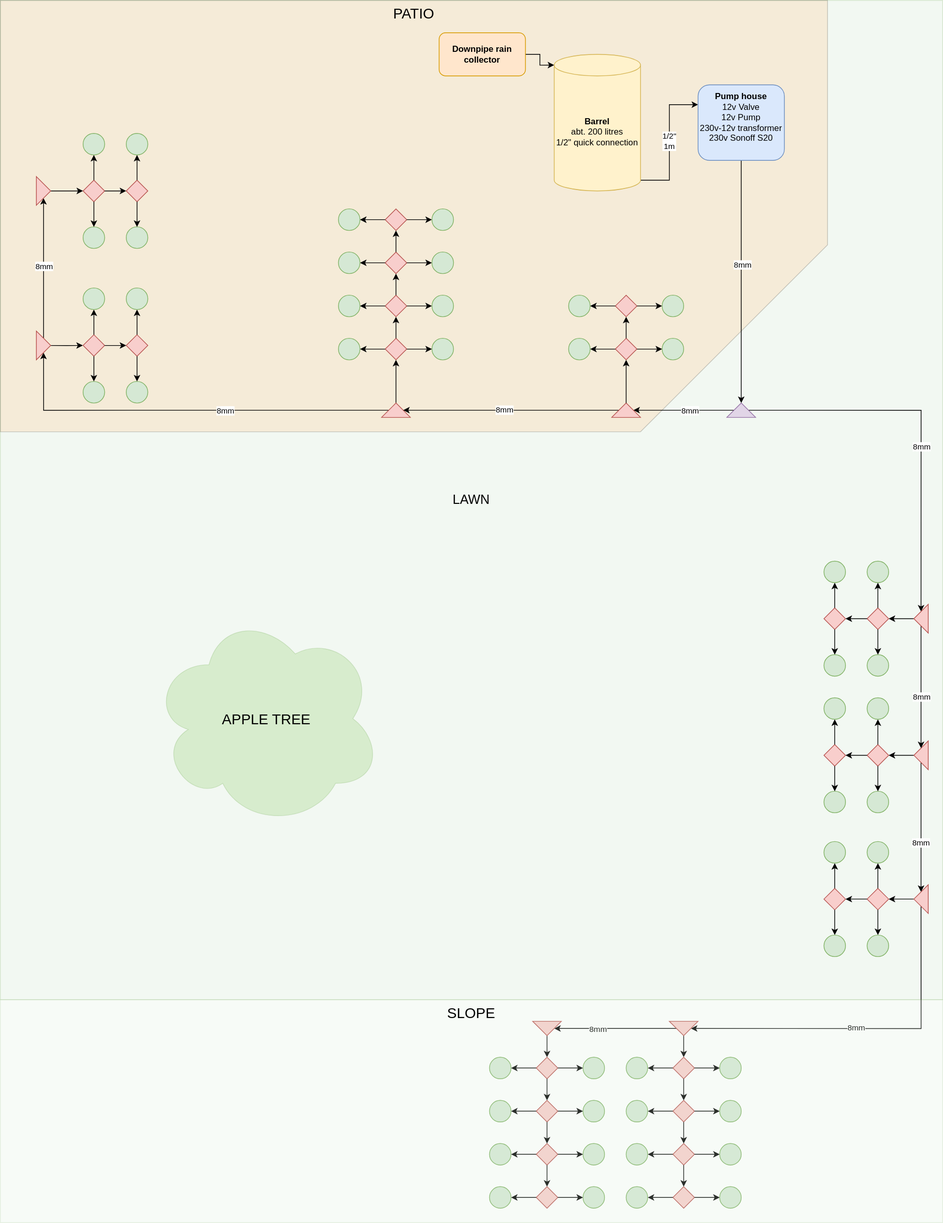
The draw.io diagram irrigation-schematic.drawio.svg in freol35241/mojster, before a commit. Source tidied: cells renumbered, new cells last; positions are measured from the earlier drawing's top-left corner, leaving out a move shared by most shapes.
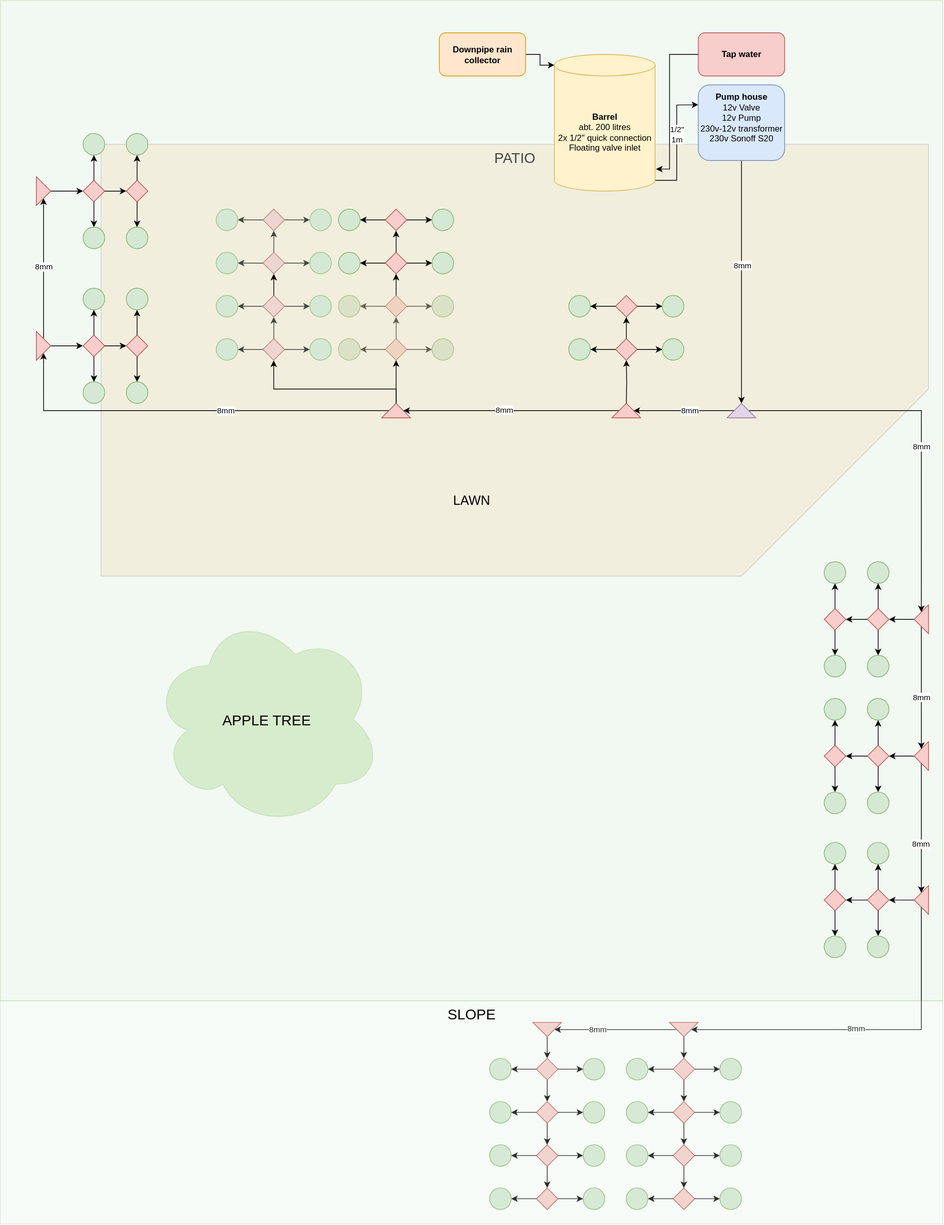
Above is the later version.

Commit message:
Updating schematic with new valves and adding info about floating valve and tap water connection.

The edit, as a diff of the source:
```diff
@@ -2,12 +2,120 @@
   <root>
     <mxCell id="0" />
     <mxCell id="1" parent="0" />
+    <mxCell id="48" style="group;" parent="1" vertex="1">
+      <mxGeometry x="470" y="410" width="820" height="390" as="geometry" />
+    </mxCell>
+    <mxCell id="49" style="rhombus;whiteSpace=wrap;html=1;fillColor=#f8cecc;strokeColor=#b85450;" parent="48" vertex="1">
+      <mxGeometry x="65" y="60" width="30" height="30" as="geometry" />
+    </mxCell>
+    <mxCell id="50" style="rhombus;whiteSpace=wrap;html=1;fillColor=#f8cecc;strokeColor=#b85450;" parent="48" vertex="1">
+      <mxGeometry x="65" width="30" height="30" as="geometry" />
+    </mxCell>
+    <mxCell id="51" style="edgeStyle=orthogonalEdgeStyle;rounded=0;jettySize=auto;html=1;exitX=0.5;exitY=0;exitDx=0;exitDy=0;entryX=0.5;entryY=1;entryDx=0;entryDy=0;" parent="48" edge="1" source="49" target="50">
+      <mxGeometry relative="1" as="geometry" />
+    </mxCell>
+    <mxCell id="52" style="ellipse;whiteSpace=wrap;html=1;fillColor=#d5e8d4;strokeColor=#82b366;" parent="48" vertex="1">
+      <mxGeometry x="130" width="30" height="30" as="geometry" />
+    </mxCell>
+    <mxCell id="53" style="edgeStyle=orthogonalEdgeStyle;rounded=0;jettySize=auto;html=1;exitX=1;exitY=0.5;exitDx=0;exitDy=0;entryX=0;entryY=0.5;entryDx=0;entryDy=0;" parent="48" edge="1" source="50" target="52">
+      <mxGeometry relative="1" as="geometry" />
+    </mxCell>
+    <mxCell id="54" style="ellipse;whiteSpace=wrap;html=1;fillColor=#d5e8d4;strokeColor=#82b366;" parent="48" vertex="1">
+      <mxGeometry x="130" y="60" width="30" height="30" as="geometry" />
+    </mxCell>
+    <mxCell id="55" style="edgeStyle=orthogonalEdgeStyle;rounded=0;jettySize=auto;html=1;exitX=1;exitY=0.5;exitDx=0;exitDy=0;entryX=0;entryY=0.5;entryDx=0;entryDy=0;" parent="48" edge="1" source="49" target="54">
+      <mxGeometry relative="1" as="geometry" />
+    </mxCell>
+    <mxCell id="56" style="ellipse;whiteSpace=wrap;html=1;fillColor=#d5e8d4;strokeColor=#82b366;" parent="48" vertex="1">
+      <mxGeometry y="60" width="30" height="30" as="geometry" />
+    </mxCell>
+    <mxCell id="57" style="edgeStyle=orthogonalEdgeStyle;rounded=0;jettySize=auto;html=1;exitX=0;exitY=0.5;exitDx=0;exitDy=0;entryX=1;entryY=0.5;entryDx=0;entryDy=0;" parent="48" edge="1" source="49" target="56">
+      <mxGeometry relative="1" as="geometry" />
+    </mxCell>
+    <mxCell id="58" style="ellipse;whiteSpace=wrap;html=1;fillColor=#d5e8d4;strokeColor=#82b366;" parent="48" vertex="1">
+      <mxGeometry width="30" height="30" as="geometry" />
+    </mxCell>
+    <mxCell id="59" style="edgeStyle=orthogonalEdgeStyle;rounded=0;jettySize=auto;html=1;exitX=0;exitY=0.5;exitDx=0;exitDy=0;entryX=1;entryY=0.5;entryDx=0;entryDy=0;" parent="48" edge="1" source="50" target="58">
+      <mxGeometry relative="1" as="geometry" />
+    </mxCell>
+    <mxCell id="3" value="&lt;font style=&quot;font-size: 20px&quot;&gt;PATIO&lt;/font&gt;" style="shape=card;whiteSpace=wrap;html=1;direction=west;size=260;fillColor=#FFB570;opacity=20;verticalAlign=top;labelPosition=center;verticalLabelPosition=middle;align=center;" parent="48" vertex="1">
+      <mxGeometry x="-330" y="-210" width="1150" height="600" as="geometry" />
+    </mxCell>
+    <mxCell id="198" style="group;" parent="48" vertex="1">
+      <mxGeometry x="-170" y="-120" width="160" height="90" as="geometry" />
+    </mxCell>
+    <mxCell id="199" style="rhombus;whiteSpace=wrap;html=1;fillColor=#f8cecc;strokeColor=#b85450;" parent="198" vertex="1">
+      <mxGeometry x="65" y="60" width="30" height="30" as="geometry" />
+    </mxCell>
+    <mxCell id="200" style="rhombus;whiteSpace=wrap;html=1;fillColor=#f8cecc;strokeColor=#b85450;" parent="198" vertex="1">
+      <mxGeometry x="65" width="30" height="30" as="geometry" />
+    </mxCell>
+    <mxCell id="201" style="edgeStyle=orthogonalEdgeStyle;rounded=0;jettySize=auto;html=1;exitX=0.5;exitY=0;exitDx=0;exitDy=0;entryX=0.5;entryY=1;entryDx=0;entryDy=0;" parent="198" edge="1" source="199" target="200">
+      <mxGeometry relative="1" as="geometry" />
+    </mxCell>
+    <mxCell id="202" style="ellipse;whiteSpace=wrap;html=1;fillColor=#d5e8d4;strokeColor=#82b366;" parent="198" vertex="1">
+      <mxGeometry x="130" width="30" height="30" as="geometry" />
+    </mxCell>
+    <mxCell id="203" style="edgeStyle=orthogonalEdgeStyle;rounded=0;jettySize=auto;html=1;exitX=1;exitY=0.5;exitDx=0;exitDy=0;entryX=0;entryY=0.5;entryDx=0;entryDy=0;" parent="198" edge="1" source="200" target="202">
+      <mxGeometry relative="1" as="geometry" />
+    </mxCell>
+    <mxCell id="204" style="ellipse;whiteSpace=wrap;html=1;fillColor=#d5e8d4;strokeColor=#82b366;" parent="198" vertex="1">
+      <mxGeometry x="130" y="60" width="30" height="30" as="geometry" />
+    </mxCell>
+    <mxCell id="205" style="edgeStyle=orthogonalEdgeStyle;rounded=0;jettySize=auto;html=1;exitX=1;exitY=0.5;exitDx=0;exitDy=0;entryX=0;entryY=0.5;entryDx=0;entryDy=0;" parent="198" edge="1" source="199" target="204">
+      <mxGeometry relative="1" as="geometry" />
+    </mxCell>
+    <mxCell id="206" style="ellipse;whiteSpace=wrap;html=1;fillColor=#d5e8d4;strokeColor=#82b366;" parent="198" vertex="1">
+      <mxGeometry y="60" width="30" height="30" as="geometry" />
+    </mxCell>
+    <mxCell id="207" style="edgeStyle=orthogonalEdgeStyle;rounded=0;jettySize=auto;html=1;exitX=0;exitY=0.5;exitDx=0;exitDy=0;entryX=1;entryY=0.5;entryDx=0;entryDy=0;" parent="198" edge="1" source="199" target="206">
+      <mxGeometry relative="1" as="geometry" />
+    </mxCell>
+    <mxCell id="208" style="ellipse;whiteSpace=wrap;html=1;fillColor=#d5e8d4;strokeColor=#82b366;" parent="198" vertex="1">
+      <mxGeometry width="30" height="30" as="geometry" />
+    </mxCell>
+    <mxCell id="209" style="edgeStyle=orthogonalEdgeStyle;rounded=0;jettySize=auto;html=1;exitX=0;exitY=0.5;exitDx=0;exitDy=0;entryX=1;entryY=0.5;entryDx=0;entryDy=0;" parent="198" edge="1" source="200" target="208">
+      <mxGeometry relative="1" as="geometry" />
+    </mxCell>
+    <mxCell id="210" style="group;" parent="48" vertex="1">
+      <mxGeometry x="-170" width="160" height="90" as="geometry" />
+    </mxCell>
+    <mxCell id="211" style="rhombus;whiteSpace=wrap;html=1;fillColor=#f8cecc;strokeColor=#b85450;" parent="210" vertex="1">
+      <mxGeometry x="65" y="60" width="30" height="30" as="geometry" />
+    </mxCell>
+    <mxCell id="212" style="rhombus;whiteSpace=wrap;html=1;fillColor=#f8cecc;strokeColor=#b85450;" parent="210" vertex="1">
+      <mxGeometry x="65" width="30" height="30" as="geometry" />
+    </mxCell>
+    <mxCell id="213" style="edgeStyle=orthogonalEdgeStyle;rounded=0;jettySize=auto;html=1;exitX=0.5;exitY=0;exitDx=0;exitDy=0;entryX=0.5;entryY=1;entryDx=0;entryDy=0;" parent="210" edge="1" source="211" target="212">
+      <mxGeometry relative="1" as="geometry" />
+    </mxCell>
+    <mxCell id="214" style="ellipse;whiteSpace=wrap;html=1;fillColor=#d5e8d4;strokeColor=#82b366;" parent="210" vertex="1">
+      <mxGeometry x="130" width="30" height="30" as="geometry" />
+    </mxCell>
+    <mxCell id="215" style="edgeStyle=orthogonalEdgeStyle;rounded=0;jettySize=auto;html=1;exitX=1;exitY=0.5;exitDx=0;exitDy=0;entryX=0;entryY=0.5;entryDx=0;entryDy=0;" parent="210" edge="1" source="212" target="214">
+      <mxGeometry relative="1" as="geometry" />
+    </mxCell>
+    <mxCell id="216" style="ellipse;whiteSpace=wrap;html=1;fillColor=#d5e8d4;strokeColor=#82b366;" parent="210" vertex="1">
+      <mxGeometry x="130" y="60" width="30" height="30" as="geometry" />
+    </mxCell>
+    <mxCell id="217" style="edgeStyle=orthogonalEdgeStyle;rounded=0;jettySize=auto;html=1;exitX=1;exitY=0.5;exitDx=0;exitDy=0;entryX=0;entryY=0.5;entryDx=0;entryDy=0;" parent="210" edge="1" source="211" target="216">
+      <mxGeometry relative="1" as="geometry" />
+    </mxCell>
+    <mxCell id="218" style="ellipse;whiteSpace=wrap;html=1;fillColor=#d5e8d4;strokeColor=#82b366;" parent="210" vertex="1">
+      <mxGeometry y="60" width="30" height="30" as="geometry" />
+    </mxCell>
+    <mxCell id="219" style="edgeStyle=orthogonalEdgeStyle;rounded=0;jettySize=auto;html=1;exitX=0;exitY=0.5;exitDx=0;exitDy=0;entryX=1;entryY=0.5;entryDx=0;entryDy=0;" parent="210" edge="1" source="211" target="218">
+      <mxGeometry relative="1" as="geometry" />
+    </mxCell>
+    <mxCell id="220" style="ellipse;whiteSpace=wrap;html=1;fillColor=#d5e8d4;strokeColor=#82b366;" parent="210" vertex="1">
+      <mxGeometry width="30" height="30" as="geometry" />
+    </mxCell>
+    <mxCell id="221" style="edgeStyle=orthogonalEdgeStyle;rounded=0;jettySize=auto;html=1;exitX=0;exitY=0.5;exitDx=0;exitDy=0;entryX=1;entryY=0.5;entryDx=0;entryDy=0;" parent="210" edge="1" source="212" target="220">
+      <mxGeometry relative="1" as="geometry" />
+    </mxCell>
     <mxCell id="2" value="&lt;font style=&quot;font-size: 18px&quot;&gt;LAWN&lt;/font&gt;" style="rounded=0;whiteSpace=wrap;html=1;fillColor=#d5e8d4;opacity=30;strokeColor=#82b366;" parent="1" vertex="1">
       <mxGeometry width="1310" height="1390" as="geometry" />
     </mxCell>
-    <mxCell id="3" value="&lt;font style=&quot;font-size: 20px&quot;&gt;PATIO&lt;/font&gt;" style="shape=card;whiteSpace=wrap;html=1;direction=west;size=260;fillColor=#FFB570;opacity=20;verticalAlign=top;labelPosition=center;verticalLabelPosition=middle;align=center;" parent="1" vertex="1">
-      <mxGeometry width="1150" height="600" as="geometry" />
-    </mxCell>
     <mxCell id="4" style="edgeStyle=orthogonalEdgeStyle;rounded=0;jettySize=auto;html=1;exitX=1;exitY=1;exitDx=0;exitDy=-15;exitPerimeter=0;entryX=0;entryY=0.5;entryDx=0;entryDy=0;" parent="1" edge="1" source="6">
       <mxGeometry relative="1" as="geometry">
         <mxPoint x="970" y="145" as="targetPoint" />
@@ -15,11 +123,11 @@
     </mxCell>
     <mxCell id="5" value="1/2&quot;&lt;br&gt;1m" style="edgeLabel;html=1;align=center;verticalAlign=middle;" parent="4" vertex="1">
       <mxGeometry x="0.65" y="-5" relative="1" as="geometry">
-        <mxPoint x="-8" y="45" as="offset" />
+        <mxPoint x="-2" y="35" as="offset" />
       </mxGeometry>
     </mxCell>
-    <mxCell id="6" value="&lt;b&gt;Barrel&lt;/b&gt;&lt;br&gt;abt. 200 litres&lt;br&gt;1/2&quot; quick connection" style="shape=cylinder3;whiteSpace=wrap;html=1;boundedLbl=1;backgroundOutline=1;size=15;fillColor=#fff2cc;strokeColor=#d6b656;" parent="1" vertex="1">
-      <mxGeometry x="770" y="75" width="120" height="190" as="geometry" />
+    <mxCell id="6" value="&lt;b&gt;Barrel&lt;/b&gt;&lt;br&gt;abt. 200 litres&lt;br&gt;2x 1/2&quot; quick connection&lt;br&gt;Floating valve inlet" style="shape=cylinder3;whiteSpace=wrap;html=1;boundedLbl=1;backgroundOutline=1;size=15;fillColor=#fff2cc;strokeColor=#d6b656;" parent="1" vertex="1">
+      <mxGeometry x="770" y="75" width="140" height="190" as="geometry" />
     </mxCell>
     <mxCell id="7" style="edgeStyle=orthogonalEdgeStyle;rounded=0;jettySize=auto;html=1;exitX=1;exitY=0.5;exitDx=0;exitDy=0;entryX=0;entryY=0;entryDx=0;entryDy=15;entryPerimeter=0;" parent="1" edge="1" source="8" target="6">
       <mxGeometry relative="1" as="geometry" />
@@ -150,42 +258,6 @@
     <mxCell id="47" style="triangle;whiteSpace=wrap;html=1;rotation=0;fillColor=#f8cecc;strokeColor=#b85450;" parent="1" vertex="1">
       <mxGeometry x="50" y="245" width="20" height="40" as="geometry" />
     </mxCell>
-    <mxCell id="48" style="group;" parent="1" vertex="1">
-      <mxGeometry x="470" y="410" width="160" height="90" as="geometry" />
-    </mxCell>
-    <mxCell id="49" style="rhombus;whiteSpace=wrap;html=1;fillColor=#f8cecc;strokeColor=#b85450;" parent="48" vertex="1">
-      <mxGeometry x="65" y="60" width="30" height="30" as="geometry" />
-    </mxCell>
-    <mxCell id="50" style="rhombus;whiteSpace=wrap;html=1;fillColor=#f8cecc;strokeColor=#b85450;" parent="48" vertex="1">
-      <mxGeometry x="65" width="30" height="30" as="geometry" />
-    </mxCell>
-    <mxCell id="51" style="edgeStyle=orthogonalEdgeStyle;rounded=0;jettySize=auto;html=1;exitX=0.5;exitY=0;exitDx=0;exitDy=0;entryX=0.5;entryY=1;entryDx=0;entryDy=0;" parent="48" edge="1" source="49" target="50">
-      <mxGeometry relative="1" as="geometry" />
-    </mxCell>
-    <mxCell id="52" style="ellipse;whiteSpace=wrap;html=1;fillColor=#d5e8d4;strokeColor=#82b366;" parent="48" vertex="1">
-      <mxGeometry x="130" width="30" height="30" as="geometry" />
-    </mxCell>
-    <mxCell id="53" style="edgeStyle=orthogonalEdgeStyle;rounded=0;jettySize=auto;html=1;exitX=1;exitY=0.5;exitDx=0;exitDy=0;entryX=0;entryY=0.5;entryDx=0;entryDy=0;" parent="48" edge="1" source="50" target="52">
-      <mxGeometry relative="1" as="geometry" />
-    </mxCell>
-    <mxCell id="54" style="ellipse;whiteSpace=wrap;html=1;fillColor=#d5e8d4;strokeColor=#82b366;" parent="48" vertex="1">
-      <mxGeometry x="130" y="60" width="30" height="30" as="geometry" />
-    </mxCell>
-    <mxCell id="55" style="edgeStyle=orthogonalEdgeStyle;rounded=0;jettySize=auto;html=1;exitX=1;exitY=0.5;exitDx=0;exitDy=0;entryX=0;entryY=0.5;entryDx=0;entryDy=0;" parent="48" edge="1" source="49" target="54">
-      <mxGeometry relative="1" as="geometry" />
-    </mxCell>
-    <mxCell id="56" style="ellipse;whiteSpace=wrap;html=1;fillColor=#d5e8d4;strokeColor=#82b366;" parent="48" vertex="1">
-      <mxGeometry y="60" width="30" height="30" as="geometry" />
-    </mxCell>
-    <mxCell id="57" style="edgeStyle=orthogonalEdgeStyle;rounded=0;jettySize=auto;html=1;exitX=0;exitY=0.5;exitDx=0;exitDy=0;entryX=1;entryY=0.5;entryDx=0;entryDy=0;" parent="48" edge="1" source="49" target="56">
-      <mxGeometry relative="1" as="geometry" />
-    </mxCell>
-    <mxCell id="58" style="ellipse;whiteSpace=wrap;html=1;fillColor=#d5e8d4;strokeColor=#82b366;" parent="48" vertex="1">
-      <mxGeometry width="30" height="30" as="geometry" />
-    </mxCell>
-    <mxCell id="59" style="edgeStyle=orthogonalEdgeStyle;rounded=0;jettySize=auto;html=1;exitX=0;exitY=0.5;exitDx=0;exitDy=0;entryX=1;entryY=0.5;entryDx=0;entryDy=0;" parent="48" edge="1" source="50" target="58">
-      <mxGeometry relative="1" as="geometry" />
-    </mxCell>
     <mxCell id="60" style="group;" parent="1" vertex="1">
       <mxGeometry x="470" y="290" width="160" height="90" as="geometry" />
     </mxCell>
@@ -610,5 +682,30 @@
     <mxCell id="197" value="APPLE TREE" style="ellipse;shape=cloud;whiteSpace=wrap;html=1;fontSize=20;fillColor=#97D077;opacity=30;strokeColor=#82b366;" parent="1" vertex="1">
       <mxGeometry x="210" y="849" width="320" height="300" as="geometry" />
     </mxCell>
+    <mxCell id="222" style="edgeStyle=orthogonalEdgeStyle;rounded=0;orthogonalLoop=1;jettySize=auto;html=1;exitX=0.5;exitY=0;exitDx=0;exitDy=0;entryX=0.5;entryY=1;entryDx=0;entryDy=0;" parent="1" edge="1">
+      <mxGeometry relative="1" as="geometry">
+        <mxPoint x="380" y="410" as="sourcePoint" />
+        <mxPoint x="380" y="380" as="targetPoint" />
+      </mxGeometry>
+    </mxCell>
+    <mxCell id="223" style="edgeStyle=orthogonalEdgeStyle;rounded=0;jettySize=auto;html=1;exitX=1;exitY=0.5;exitDx=0;exitDy=0;entryX=0.29;entryY=0.36;entryDx=0;entryDy=0;entryPerimeter=0;" parent="1" edge="1" source="17" target="2">
+      <mxGeometry relative="1" as="geometry">
+        <Array as="points">
+          <mxPoint x="550" y="540" />
+          <mxPoint x="380" y="540" />
+        </Array>
+      </mxGeometry>
+    </mxCell>
+    <mxCell id="224" value="&lt;b&gt;Tap water&lt;/b&gt;" style="rounded=1;whiteSpace=wrap;html=1;fillColor=#f8cecc;strokeColor=#b85450;" parent="1" vertex="1">
+      <mxGeometry x="970" y="45" width="120" height="60" as="geometry" />
+    </mxCell>
+    <mxCell id="225" style="edgeStyle=orthogonalEdgeStyle;rounded=0;jettySize=auto;html=1;exitX=0;exitY=0.5;exitDx=0;exitDy=0;entryX=1.009;entryY=0.839;entryDx=0;entryDy=0;entryPerimeter=0;" parent="1" edge="1" source="224" target="6">
+      <mxGeometry relative="1" as="geometry">
+        <Array as="points">
+          <mxPoint x="930" y="75" />
+          <mxPoint x="930" y="234" />
+        </Array>
+      </mxGeometry>
+    </mxCell>
   </root>
 </mxGraphModel>
```
